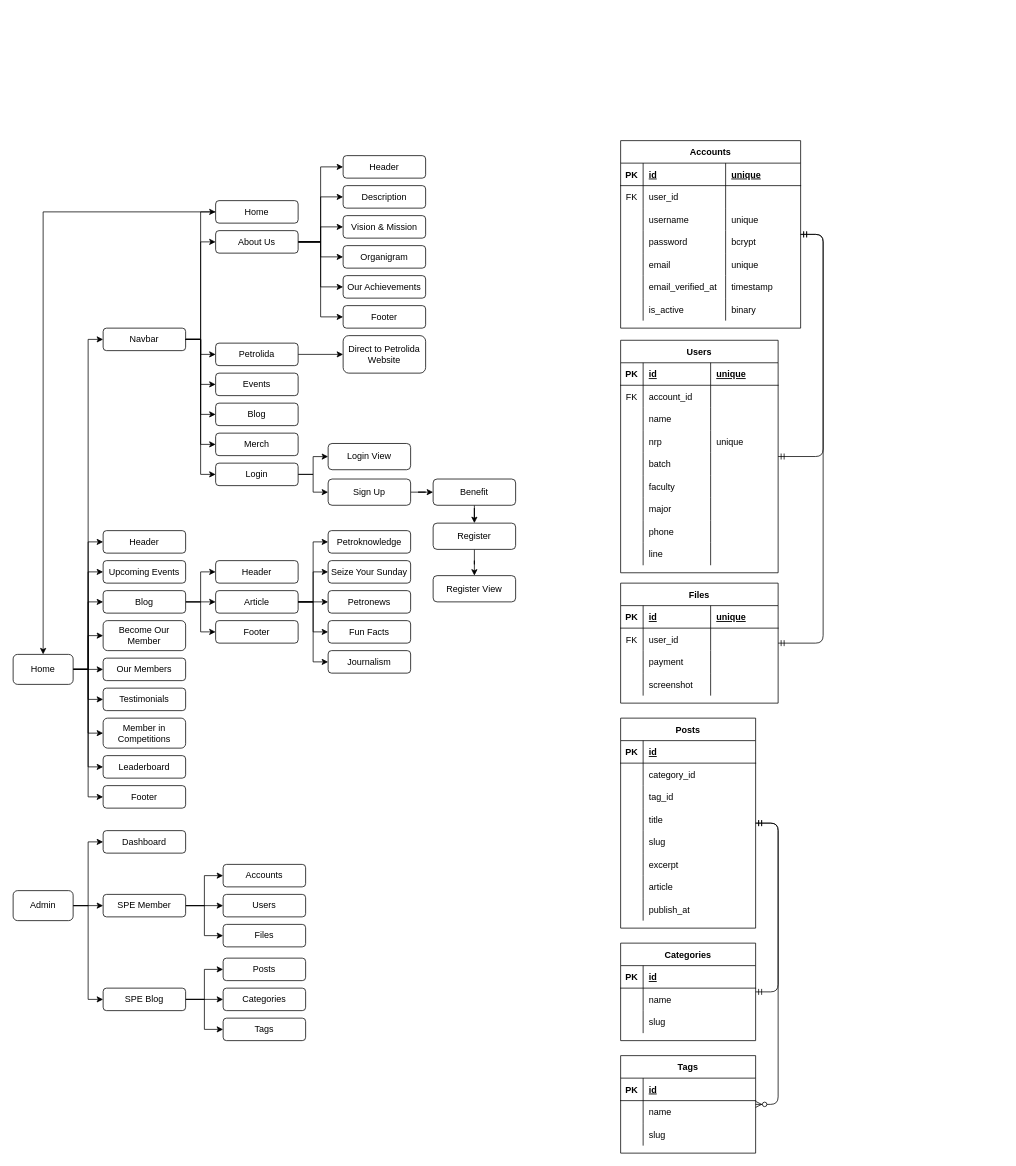
Earlier version of the draw.io diagram Untitled Diagram.drawio (daffakurnia11/speitssc). Source tidied: cells renumbered, new cells numbered last; positions are measured from the earlier drawing's top-left corner, leaving out a move shared by most shapes. Both pictures are drawn from the tidied source at 75%, with x=0, y=0 at pixel (13, 140).
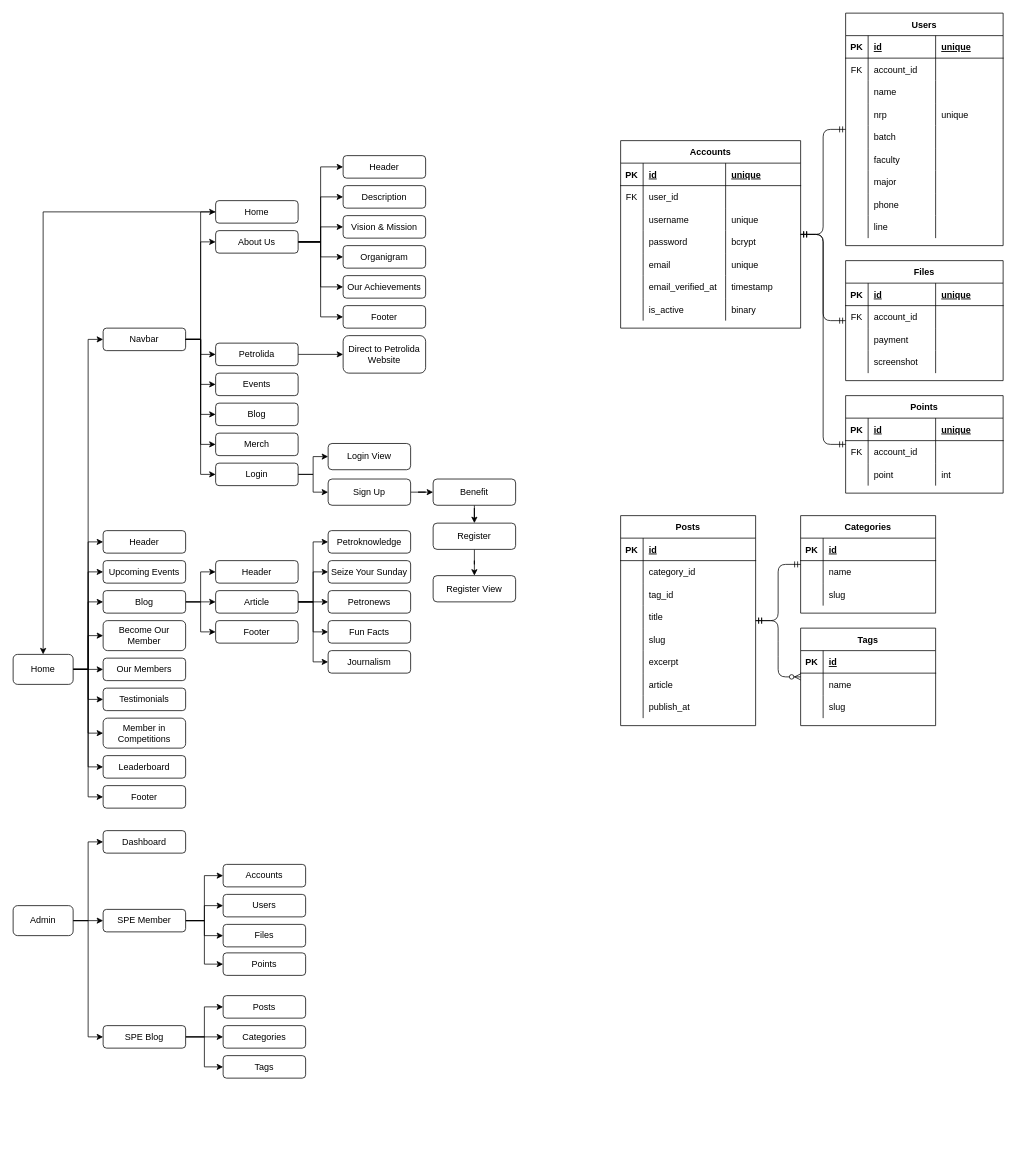
Above is the later version.

Unchanged cells that the change refers to:
```xml
<mxCell id="80" value="Accounts" style="shape=table;startSize=30;childLayout=tableLayout;rowLines=0;fontStyle=1;align=center;" parent="1" vertex="1">
  <mxGeometry x="810" width="240" height="250" as="geometry" />
</mxCell>
<mxCell id="152" style="shape=partialRectangle;fillColor=none;top=0;left=0;bottom=0;right=0;" parent="147" vertex="1">
  <mxGeometry y="60" width="210" height="30" as="geometry" />
</mxCell>
```

Change to the diagram source:
```diff
@@
     <mxCell id="109" value="Users" style="shape=table;startSize=30;childLayout=tableLayout;rowLines=0;fontStyle=1;align=center;" parent="1" vertex="1">
-      <mxGeometry x="810" y="266.2" width="210" height="310" as="geometry" />
+      <mxGeometry x="1110" y="-170" width="210" height="310" as="geometry" />
     </mxCell>
@@
     <mxCell id="147" value="Files" style="shape=table;startSize=30;childLayout=tableLayout;rowLines=0;fontStyle=1;align=center;" parent="1" vertex="1">
-      <mxGeometry x="810" y="590" width="210" height="160" as="geometry" />
+      <mxGeometry x="1110" y="160" width="210" height="160" as="geometry" />
     </mxCell>
@@
-    <mxCell id="154" value="user_id" style="shape=partialRectangle;fillColor=none;top=0;left=0;bottom=0;right=0;align=left;spacingLeft=6;overflow=hidden;" parent="152" vertex="1">
+    <mxCell id="154" value="account_id" style="shape=partialRectangle;fillColor=none;top=0;left=0;bottom=0;right=0;align=left;spacingLeft=6;overflow=hidden;" parent="152" vertex="1">
       <mxGeometry x="30" width="90" height="30" as="geometry" />
     </mxCell>
@@
     <mxCell id="168" value="Admin" style="rounded=1;whiteSpace=wrap;html=1;" parent="1" vertex="1">
-      <mxGeometry y="1000" width="80" height="40" as="geometry" />
+      <mxGeometry y="1020" width="80" height="40" as="geometry" />
     </mxCell>
@@
+    <mxCell id="231" style="edgeStyle=orthogonalEdgeStyle;rounded=0;jettySize=auto;html=1;entryX=0;entryY=0.5;entryDx=0;entryDy=0;" parent="1" edge="1" source="176" target="232">
+      <mxGeometry relative="1" as="geometry" />
+    </mxCell>
     <mxCell id="176" value="SPE Member" style="rounded=1;whiteSpace=wrap;html=1;" parent="1" vertex="1">
-      <mxGeometry x="120" y="1005" width="110" height="30" as="geometry" />
+      <mxGeometry x="120" y="1025" width="110" height="30" as="geometry" />
     </mxCell>
@@
     <mxCell id="180" value="SPE Blog" style="rounded=1;whiteSpace=wrap;html=1;" parent="1" vertex="1">
-      <mxGeometry x="120" y="1130" width="110" height="30" as="geometry" />
+      <mxGeometry x="120" y="1180" width="110" height="30" as="geometry" />
     </mxCell>
     <mxCell id="181" value="Posts" style="shape=table;startSize=30;childLayout=tableLayout;rowLines=0;fontStyle=1;align=center;" parent="1" vertex="1">
-      <mxGeometry x="810" y="770" width="180" height="280" as="geometry" />
+      <mxGeometry x="810" y="500" width="180" height="280" as="geometry" />
     </mxCell>
@@
     <mxCell id="206" value="Categories" style="shape=table;startSize=30;childLayout=tableLayout;rowLines=0;fontStyle=1;align=center;" parent="1" vertex="1">
-      <mxGeometry x="810" y="1070" width="180" height="130" as="geometry" />
+      <mxGeometry x="1050" y="500" width="180" height="130" as="geometry" />
     </mxCell>
@@
     <mxCell id="216" value="Tags" style="shape=table;startSize=30;childLayout=tableLayout;rowLines=0;fontStyle=1;align=center;" parent="1" vertex="1">
-      <mxGeometry x="810" y="1220" width="180" height="130" as="geometry" />
+      <mxGeometry x="1050" y="650" width="180" height="130" as="geometry" />
     </mxCell>
@@
     <mxCell id="228" value="Posts" style="rounded=1;whiteSpace=wrap;html=1;" parent="1" vertex="1">
-      <mxGeometry x="280" y="1090" width="110" height="30" as="geometry" />
+      <mxGeometry x="280" y="1140" width="110" height="30" as="geometry" />
     </mxCell>
     <mxCell id="229" value="Categories" style="rounded=1;whiteSpace=wrap;html=1;" parent="1" vertex="1">
-      <mxGeometry x="280" y="1130" width="110" height="30" as="geometry" />
+      <mxGeometry x="280" y="1180" width="110" height="30" as="geometry" />
     </mxCell>
     <mxCell id="230" value="Tags" style="rounded=1;whiteSpace=wrap;html=1;" parent="1" vertex="1">
-      <mxGeometry x="280" y="1170" width="110" height="30" as="geometry" />
+      <mxGeometry x="280" y="1220" width="110" height="30" as="geometry" />
     </mxCell>
+    <mxCell id="232" value="Points" style="rounded=1;whiteSpace=wrap;html=1;" parent="1" vertex="1">
+      <mxGeometry x="280" y="1083" width="110" height="30" as="geometry" />
+    </mxCell>
+    <mxCell id="233" value="Points" style="shape=table;startSize=30;childLayout=tableLayout;rowLines=0;fontStyle=1;align=center;" parent="1" vertex="1">
+      <mxGeometry x="1110" y="340" width="210" height="130" as="geometry" />
+    </mxCell>
+    <mxCell id="234" style="shape=partialRectangle;fillColor=none;top=0;left=0;bottom=1;right=0;" parent="233" vertex="1">
+      <mxGeometry y="30" width="210" height="30" as="geometry" />
+    </mxCell>
+    <mxCell id="235" value="PK" style="shape=partialRectangle;fillColor=none;top=0;left=0;bottom=0;right=0;fontStyle=1;overflow=hidden;" parent="234" vertex="1">
+      <mxGeometry width="30" height="30" as="geometry" />
+    </mxCell>
+    <mxCell id="236" value="id" style="shape=partialRectangle;fillColor=none;top=0;left=0;bottom=0;right=0;align=left;spacingLeft=6;fontStyle=5;overflow=hidden;" parent="234" vertex="1">
+      <mxGeometry x="30" width="90" height="30" as="geometry" />
+    </mxCell>
+    <mxCell id="237" value="unique" style="shape=partialRectangle;fillColor=none;top=0;left=0;bottom=0;right=0;align=left;spacingLeft=6;fontStyle=5;overflow=hidden;" parent="234" vertex="1">
+      <mxGeometry x="120" width="90" height="30" as="geometry" />
+    </mxCell>
+    <mxCell id="238" style="shape=partialRectangle;fillColor=none;top=0;left=0;bottom=0;right=0;" parent="233" vertex="1">
+      <mxGeometry y="60" width="210" height="30" as="geometry" />
+    </mxCell>
+    <mxCell id="239" value="FK" style="shape=partialRectangle;fillColor=none;top=0;left=0;bottom=0;right=0;overflow=hidden;" parent="238" vertex="1">
+      <mxGeometry width="30" height="30" as="geometry" />
+    </mxCell>
+    <mxCell id="240" value="account_id" style="shape=partialRectangle;fillColor=none;top=0;left=0;bottom=0;right=0;align=left;spacingLeft=6;overflow=hidden;" parent="238" vertex="1">
+      <mxGeometry x="30" width="90" height="30" as="geometry" />
+    </mxCell>
+    <mxCell id="241" style="shape=partialRectangle;fillColor=none;top=0;left=0;bottom=0;right=0;align=left;spacingLeft=6;overflow=hidden;" parent="238" vertex="1">
+      <mxGeometry x="120" width="90" height="30" as="geometry" />
+    </mxCell>
+    <mxCell id="242" style="shape=partialRectangle;fillColor=none;top=0;left=0;bottom=0;right=0;" parent="233" vertex="1">
+      <mxGeometry y="90" width="210" height="30" as="geometry" />
+    </mxCell>
+    <mxCell id="243" style="shape=partialRectangle;fillColor=none;top=0;left=0;bottom=0;right=0;overflow=hidden;" parent="242" vertex="1">
+      <mxGeometry width="30" height="30" as="geometry" />
+    </mxCell>
+    <mxCell id="244" value="point" style="shape=partialRectangle;fillColor=none;top=0;left=0;bottom=0;right=0;align=left;spacingLeft=6;overflow=hidden;" parent="242" vertex="1">
+      <mxGeometry x="30" width="90" height="30" as="geometry" />
+    </mxCell>
+    <mxCell id="245" value="int" style="shape=partialRectangle;fillColor=none;top=0;left=0;bottom=0;right=0;align=left;spacingLeft=6;overflow=hidden;" parent="242" vertex="1">
+      <mxGeometry x="120" width="90" height="30" as="geometry" />
+    </mxCell>
+    <mxCell id="246" style="edgeStyle=entityRelationEdgeStyle;fontSize=12;html=1;endArrow=ERmandOne;startArrow=ERmandOne;" parent="1" edge="1" source="233" target="80">
+      <mxGeometry relative="1" as="geometry" />
+    </mxCell>
```
